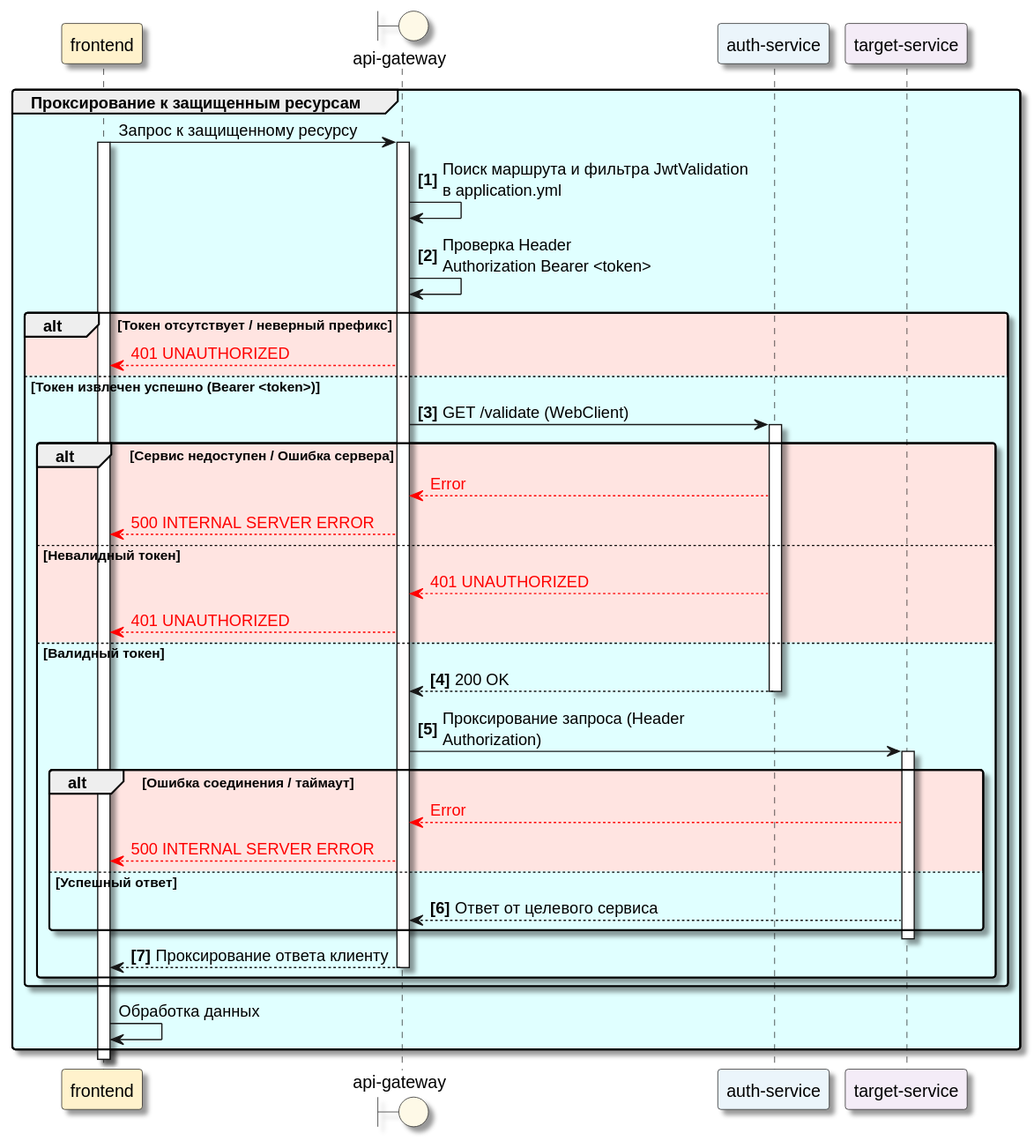
Earlier version of the PlantUML export Docs/As is/Diagrams/APIGateway.validate.svg (ni1a207/Healthcare-System). Its diagram source:
```plantuml
@startuml
skinparam Shadowing true

skinparam RoundCorner 5

skinparam MaxMessageSize 250




participant "frontend" as FE #FFF2CC

boundary "api-gateway" as GW #FEF9E7

participant "auth-service" as Auth #EBF5FB

participant "target-service" as TS #F4ECF7



autonumber "<b>[0]</b>"


group #LightCyan Проксирование к защищенным ресурсам

autonumber stop
FE -> GW: Запрос к защищенному ресурсу

activate FE #White

activate GW


autonumber resume
GW -> GW: Поиск маршрута и фильтра JwtValidation в application.yml

GW -> GW: Проверка Header \nAuthorization Bearer <token>




alt #MistyRose Токен отсутствует / неверный префикс

autonumber stop

GW --[#red]> FE: <font color="red">401 UNAUTHORIZED</font>

autonumber resume

else #LightCyan Токен извлечен успешно (Bearer <token>)




GW -> Auth: GET /validate (WebClient)

activate Auth

alt #MistyRose Сервис недоступен / Ошибка сервера

autonumber stop

Auth --[#red]> GW: <font color="red">Error</font>

GW --[#red]> FE: <font color="red">500 INTERNAL SERVER ERROR</font>

autonumber resume

else #MistyRose Невалидный токен

autonumber stop

Auth --[#red]> GW: <font color="red">401 UNAUTHORIZED</font>

GW --[#red]> FE: <font color="red">401 UNAUTHORIZED</font>

autonumber resume



else #LightCyan Валидный токен

Auth --> GW: 200 OK

deactivate Auth




GW -> TS: Проксирование запроса (Header Authorization)

activate TS
    alt #MistyRose Ошибка соединения / таймаут
        autonumber stop
        TS --[#red]> GW: <font color="red">Error</font>
        GW --[#red]> FE: <font color="red">500 INTERNAL SERVER ERROR</font>
        autonumber resume

    else #LightCyan Успешный ответ
TS --> GW: Ответ от целевого сервиса
end
deactivate TS

GW --> FE: Проксирование ответа клиенту

deactivate GW

end

end


autonumber stop
FE->FE: Обработка данных
end
@enduml
```
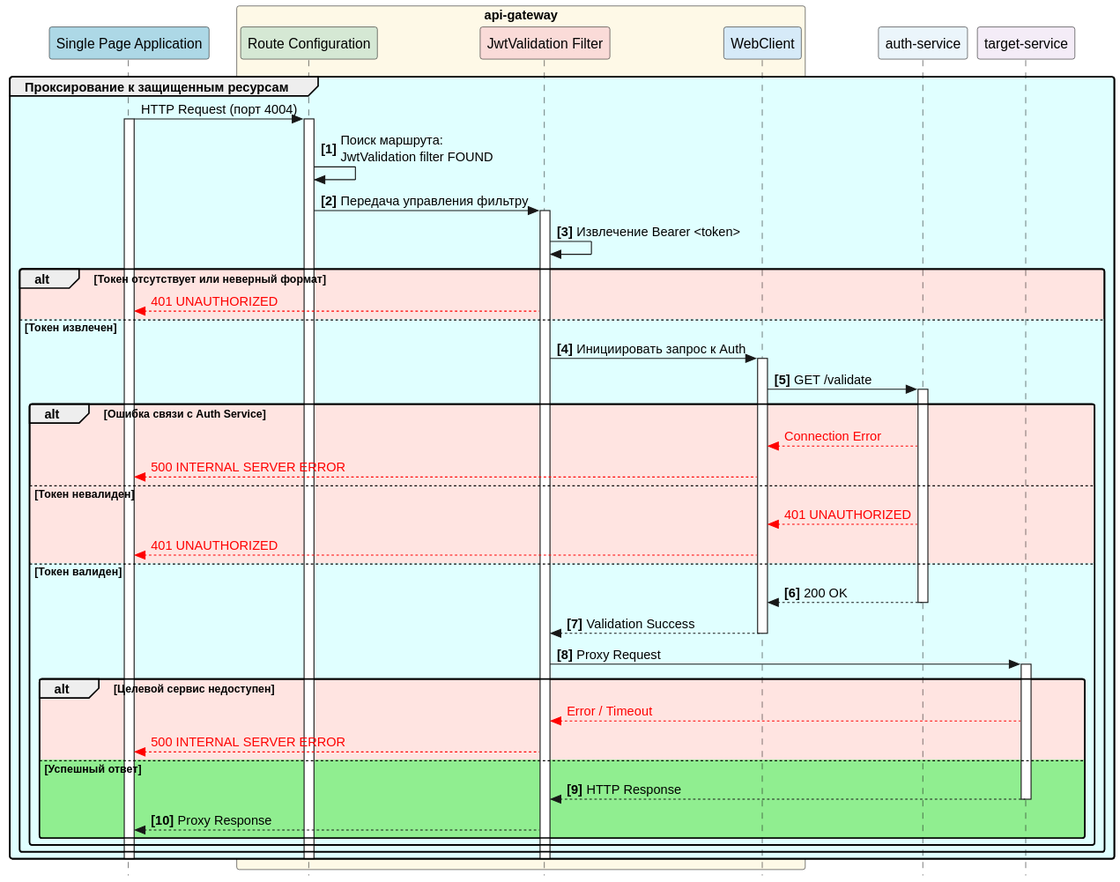
The same diagram one commit later.

Change to the diagram source:
```diff
@@ -1,116 +1,84 @@
 @startuml
 skinparam Shadowing true
+skinparam RoundCorner 5
+skinparam MaxMessageSize 250
+skinparam Style strictuml
 
-skinparam RoundCorner 5
+participant "Single Page Application" as SPA #LightBlue
 
-skinparam MaxMessageSize 250
-
-
-
-
-participant "frontend" as FE #FFF2CC
-
-boundary "api-gateway" as GW #FEF9E7
+box "api-gateway" #FEF9E7
+    participant "Route Configuration" as RC #D5E8D4
+    participant "JwtValidation Filter" as Filter #FADBD8
+    participant "WebClient" as WC #D6EAF8
+end box
 
 participant "auth-service" as Auth #EBF5FB
-
 participant "target-service" as TS #F4ECF7
 
-
-
 autonumber "<b>[0]</b>"
-
+autonumber stop
 
 group #LightCyan Проксирование к защищенным ресурсам
-
-autonumber stop
-FE -> GW: Запрос к защищенному ресурсу
-
-activate FE #White
-
-activate GW
-
+    SPA -> RC: HTTP Request (порт 4004)
+    activate SPA
+    activate RC
 
 autonumber resume
-GW -> GW: Поиск маршрута и фильтра JwtValidation в application.yml
+    RC -> RC: Поиск маршрута:\nJwtValidation filter FOUND
 
-GW -> GW: Проверка Header \nAuthorization Bearer <token>
+    RC -> Filter: Передача управления фильтру
+    activate Filter
 
+    Filter -> Filter: Извлечение Bearer <token>
 
+    alt #MistyRose Токен отсутствует или неверный формат
+        autonumber stop
+        Filter --[#red]> SPA: <color:#red>401 UNAUTHORIZED</color>
+        autonumber resume
+    else #LightCyan Токен извлечен
 
+        Filter -> WC: Инициировать запрос к Auth
+        activate WC
 
-alt #MistyRose Токен отсутствует / неверный префикс
+        WC -> Auth: GET /validate
+        activate Auth
 
-autonumber stop
+        alt #MistyRose Ошибка связи с Auth Service
+            autonumber stop
+            Auth --[#red]> WC: <color:#red>Connection Error</color>
+            WC --[#red]> SPA: <color:#red>500 INTERNAL SERVER ERROR</color>
+            autonumber resume
+        else #MistyRose Токен невалиден
+            autonumber stop
+            Auth --[#red]> WC: <color:#red>401 UNAUTHORIZED</color>
+            WC --[#red]> SPA: <color:#red>401 UNAUTHORIZED</color>
+            autonumber resume
+        else #LightCyan Токен валиден
+            Auth --> WC: 200 OK
+            deactivate Auth
 
-GW --[#red]> FE: <font color="red">401 UNAUTHORIZED</font>
+            WC --> Filter: Validation Success
+            deactivate WC
 
-autonumber resume
+            Filter -> TS: Proxy Request
+            activate TS
 
-else #LightCyan Токен извлечен успешно (Bearer <token>)
+            alt #MistyRose Целевой сервис недоступен
+                autonumber stop
+                TS --[#red]> Filter: <color:#red>Error / Timeout</color>
+                Filter --[#red]> SPA: <color:#red>500 INTERNAL SERVER ERROR</color>
+                autonumber resume
+            else #LightGreen Успешный ответ
+                TS --> Filter: HTTP Response
+                deactivate TS
 
+                Filter --> SPA: Proxy Response
+            end
+        end
+    end
 
-
-
-GW -> Auth: GET /validate (WebClient)
-
-activate Auth
-
-alt #MistyRose Сервис недоступен / Ошибка сервера
-
-autonumber stop
-
-Auth --[#red]> GW: <font color="red">Error</font>
-
-GW --[#red]> FE: <font color="red">500 INTERNAL SERVER ERROR</font>
-
-autonumber resume
-
-else #MistyRose Невалидный токен
-
-autonumber stop
-
-Auth --[#red]> GW: <font color="red">401 UNAUTHORIZED</font>
-
-GW --[#red]> FE: <font color="red">401 UNAUTHORIZED</font>
-
-autonumber resume
-
-
-
-else #LightCyan Валидный токен
-
-Auth --> GW: 200 OK
-
-deactivate Auth
-
-
-
-
-GW -> TS: Проксирование запроса (Header Authorization)
-
-activate TS
-    alt #MistyRose Ошибка соединения / таймаут
-        autonumber stop
-        TS --[#red]> GW: <font color="red">Error</font>
-        GW --[#red]> FE: <font color="red">500 INTERNAL SERVER ERROR</font>
-        autonumber resume
-
-    else #LightCyan Успешный ответ
-TS --> GW: Ответ от целевого сервиса
-end
-deactivate TS
-
-GW --> FE: Проксирование ответа клиенту
-
-deactivate GW
-
-end
-
-end
-
-
-autonumber stop
-FE->FE: Обработка данных
+    deactivate Filter
+    deactivate RC
+    deactivate SPA
 end
 @enduml
```
